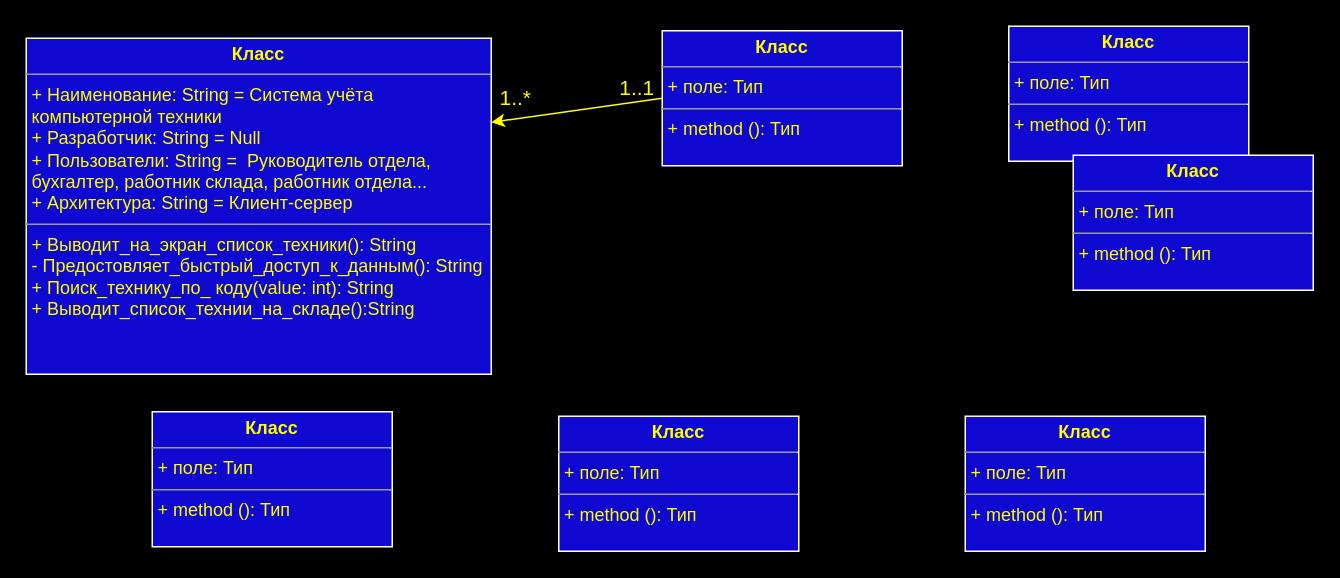
This is Lab7.drawio from Simonenko75/Simonenko75, a draw.io file, before an edit. Source tidied: cells renumbered, new cells numbered last; positions are measured from the earlier drawing's top-left corner, leaving out a move shared by most shapes. Both pictures are drawn from the tidied source at 150%, with x=0, y=0 at pixel (26, 26).
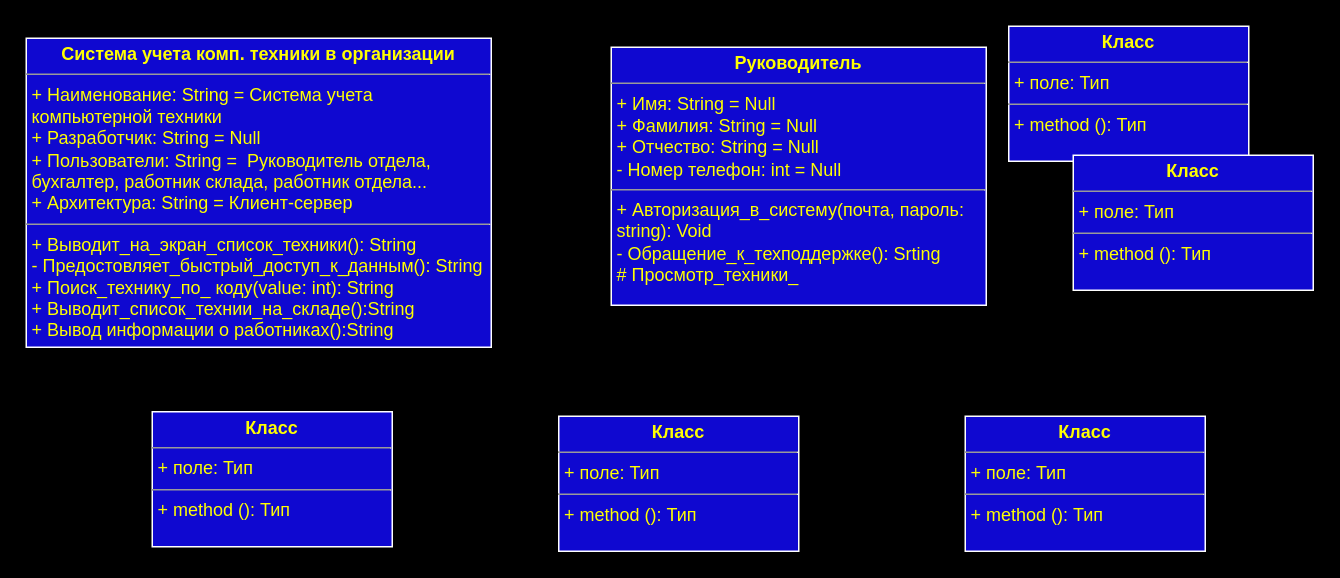
After the change.

Diff of the diagram source:
```diff
@@
 <mxGraphModel background="#000000">
   <root>
     <mxCell id="0" />
     <mxCell id="1" parent="0" />
-    <mxCell id="2" value="&lt;p style=&quot;margin: 0px ; margin-top: 4px ; text-align: center&quot;&gt;&lt;b&gt;Класс&lt;/b&gt;&lt;/p&gt;&lt;hr size=&quot;1&quot;&gt;&lt;p style=&quot;margin: 0px ; margin-left: 4px&quot;&gt;+ Наименование: String = Система учёта&amp;nbsp;&lt;/p&gt;&lt;p style=&quot;margin: 0px ; margin-left: 4px&quot;&gt;компьютерной техники&lt;/p&gt;&lt;p style=&quot;margin: 0px ; margin-left: 4px&quot;&gt;+ Разработчик: String = Null&lt;br&gt;&lt;/p&gt;&lt;p style=&quot;margin: 0px ; margin-left: 4px&quot;&gt;+ Пользователи: String =&amp;nbsp; Руководитель отдела,&amp;nbsp;&lt;/p&gt;&lt;p style=&quot;margin: 0px ; margin-left: 4px&quot;&gt;бухгалтер, работник склада, работник отдела...&lt;/p&gt;&lt;p style=&quot;margin: 0px ; margin-left: 4px&quot;&gt;+ Архитектура: String = Клиент-сервер&lt;/p&gt;&lt;hr size=&quot;1&quot;&gt;&lt;p style=&quot;margin: 0px ; margin-left: 4px&quot;&gt;+ Выводит_на_экран_список_техники(): String&lt;/p&gt;&lt;p style=&quot;margin: 0px ; margin-left: 4px&quot;&gt;- Предостовляет_быстрый_доступ_к_данным(): String&lt;/p&gt;&lt;p style=&quot;margin: 0px ; margin-left: 4px&quot;&gt;+ Поиск_технику_по_ коду(value: int): String&lt;/p&gt;&lt;p style=&quot;margin: 0px ; margin-left: 4px&quot;&gt;+ Выводит_список_технии_на_складе():String&lt;/p&gt;" style="verticalAlign=top;align=left;overflow=fill;fontSize=12;fontFamily=Helvetica;html=1;shadow=0;fillColor=#0F08D0;fontColor=#FFFF00;strokeColor=#FFFFFF;" parent="1" vertex="1">
-      <mxGeometry y="8" width="310" height="224" as="geometry" />
+    <mxCell id="2" value="&lt;p style=&quot;margin: 0px ; margin-top: 4px ; text-align: center&quot;&gt;&lt;b&gt;Система учета комп. техники в организации&lt;/b&gt;&lt;/p&gt;&lt;hr size=&quot;1&quot;&gt;&lt;p style=&quot;margin: 0px ; margin-left: 4px&quot;&gt;+ Наименование: String = Система учета&amp;nbsp;&lt;/p&gt;&lt;p style=&quot;margin: 0px ; margin-left: 4px&quot;&gt;компьютерной техники&lt;/p&gt;&lt;p style=&quot;margin: 0px ; margin-left: 4px&quot;&gt;+ Разработчик: String = Null&lt;br&gt;&lt;/p&gt;&lt;p style=&quot;margin: 0px ; margin-left: 4px&quot;&gt;+ Пользователи: String =&amp;nbsp; Руководитель отдела,&amp;nbsp;&lt;/p&gt;&lt;p style=&quot;margin: 0px ; margin-left: 4px&quot;&gt;бухгалтер, работник склада, работник отдела...&lt;/p&gt;&lt;p style=&quot;margin: 0px ; margin-left: 4px&quot;&gt;+ Архитектура: String = Клиент-сервер&lt;/p&gt;&lt;hr size=&quot;1&quot;&gt;&lt;p style=&quot;margin: 0px ; margin-left: 4px&quot;&gt;+ Выводит_на_экран_список_техники(): String&lt;/p&gt;&lt;p style=&quot;margin: 0px ; margin-left: 4px&quot;&gt;- Предостовляет_быстрый_доступ_к_данным(): String&lt;/p&gt;&lt;p style=&quot;margin: 0px ; margin-left: 4px&quot;&gt;+ Поиск_технику_по_ коду(value: int): String&lt;/p&gt;&lt;p style=&quot;margin: 0px ; margin-left: 4px&quot;&gt;+ Выводит_список_технии_на_складе():String&lt;/p&gt;&lt;p style=&quot;margin: 0px ; margin-left: 4px&quot;&gt;+ Вывод информации о работниках():String&lt;/p&gt;" style="verticalAlign=top;align=left;overflow=fill;fontSize=12;fontFamily=Helvetica;html=1;shadow=0;fillColor=#0F08D0;fontColor=#FFFF00;strokeColor=#FFFFFF;" parent="1" vertex="1">
+      <mxGeometry y="8" width="310" height="206" as="geometry" />
     </mxCell>
-    <mxCell id="3" value="&lt;p style=&quot;margin: 0px ; margin-top: 4px ; text-align: center&quot;&gt;&lt;b&gt;Класс&lt;/b&gt;&lt;/p&gt;&lt;hr size=&quot;1&quot;&gt;&lt;p style=&quot;margin: 0px ; margin-left: 4px&quot;&gt;+ поле: Тип&lt;/p&gt;&lt;hr size=&quot;1&quot;&gt;&lt;p style=&quot;margin: 0px ; margin-left: 4px&quot;&gt;+ method (): Тип&lt;/p&gt;" style="verticalAlign=top;align=left;overflow=fill;fontSize=12;fontFamily=Helvetica;html=1;shadow=0;fillColor=#0F08D0;fontColor=#FFFF00;strokeColor=#FFFFFF;" parent="1" vertex="1">
-      <mxGeometry x="424" y="3" width="160" height="90" as="geometry" />
+    <mxCell id="3" value="&lt;p style=&quot;margin: 0px ; margin-top: 4px ; text-align: center&quot;&gt;&lt;b&gt;Руководитель&lt;/b&gt;&lt;/p&gt;&lt;hr size=&quot;1&quot;&gt;&lt;p style=&quot;margin: 0px ; margin-left: 4px&quot;&gt;+ Имя: String = Null&lt;/p&gt;&lt;p style=&quot;margin: 0px ; margin-left: 4px&quot;&gt;+ Фамилия: String = Null&lt;/p&gt;&lt;p style=&quot;margin: 0px ; margin-left: 4px&quot;&gt;+ Отчество: String = Null&lt;/p&gt;&lt;p style=&quot;margin: 0px ; margin-left: 4px&quot;&gt;- Номер телефон: int = Null&lt;/p&gt;&lt;hr size=&quot;1&quot;&gt;&lt;p style=&quot;margin: 0px ; margin-left: 4px&quot;&gt;+ Авторизация_в_систему(почта, пароль:&amp;nbsp;&lt;/p&gt;&lt;p style=&quot;margin: 0px ; margin-left: 4px&quot;&gt;string): Void&lt;/p&gt;&lt;p style=&quot;margin: 0px ; margin-left: 4px&quot;&gt;- Обращение_к_техподдержке(): Srting&lt;/p&gt;&lt;p style=&quot;margin: 0px ; margin-left: 4px&quot;&gt;# Просмотр_техники_&lt;/p&gt;" style="verticalAlign=top;align=left;overflow=fill;fontSize=12;fontFamily=Helvetica;html=1;shadow=0;fillColor=#0F08D0;fontColor=#FFFF00;strokeColor=#FFFFFF;" parent="1" vertex="1">
+      <mxGeometry x="390" y="14" width="250" height="172" as="geometry" />
     </mxCell>
     <mxCell id="4" value="&lt;p style=&quot;margin: 0px ; margin-top: 4px ; text-align: center&quot;&gt;&lt;b&gt;Класс&lt;/b&gt;&lt;/p&gt;&lt;hr size=&quot;1&quot;&gt;&lt;p style=&quot;margin: 0px ; margin-left: 4px&quot;&gt;+ поле: Тип&lt;/p&gt;&lt;hr size=&quot;1&quot;&gt;&lt;p style=&quot;margin: 0px ; margin-left: 4px&quot;&gt;+ method (): Тип&lt;/p&gt;" style="verticalAlign=top;align=left;overflow=fill;fontSize=12;fontFamily=Helvetica;html=1;shadow=0;fillColor=#0F08D0;fontColor=#FFFF00;strokeColor=#FFFFFF;" parent="1" vertex="1">
       <mxGeometry x="655" width="160" height="90" as="geometry" />
     </mxCell>
     <mxCell id="5" value="&lt;p style=&quot;margin: 0px ; margin-top: 4px ; text-align: center&quot;&gt;&lt;b&gt;Класс&lt;/b&gt;&lt;/p&gt;&lt;hr size=&quot;1&quot;&gt;&lt;p style=&quot;margin: 0px ; margin-left: 4px&quot;&gt;+ поле: Тип&lt;/p&gt;&lt;hr size=&quot;1&quot;&gt;&lt;p style=&quot;margin: 0px ; margin-left: 4px&quot;&gt;+ method (): Тип&lt;/p&gt;" style="verticalAlign=top;align=left;overflow=fill;fontSize=12;fontFamily=Helvetica;html=1;shadow=0;fillColor=#0F08D0;fontColor=#FFFF00;strokeColor=#FFFFFF;" parent="1" vertex="1">
       <mxGeometry x="698" y="86" width="160" height="90" as="geometry" />
     </mxCell>
     <mxCell id="6" value="&lt;p style=&quot;margin: 0px ; margin-top: 4px ; text-align: center&quot;&gt;&lt;b&gt;Класс&lt;/b&gt;&lt;/p&gt;&lt;hr size=&quot;1&quot;&gt;&lt;p style=&quot;margin: 0px ; margin-left: 4px&quot;&gt;+ поле: Тип&lt;/p&gt;&lt;hr size=&quot;1&quot;&gt;&lt;p style=&quot;margin: 0px ; margin-left: 4px&quot;&gt;+ method (): Тип&lt;/p&gt;" style="verticalAlign=top;align=left;overflow=fill;fontSize=12;fontFamily=Helvetica;html=1;shadow=0;fillColor=#0F08D0;fontColor=#FFFF00;strokeColor=#FFFFFF;" parent="1" vertex="1">
       <mxGeometry x="626" y="260" width="160" height="90" as="geometry" />
     </mxCell>
     <mxCell id="7" value="&lt;p style=&quot;margin: 0px ; margin-top: 4px ; text-align: center&quot;&gt;&lt;b&gt;Класс&lt;/b&gt;&lt;/p&gt;&lt;hr size=&quot;1&quot;&gt;&lt;p style=&quot;margin: 0px ; margin-left: 4px&quot;&gt;+ поле: Тип&lt;/p&gt;&lt;hr size=&quot;1&quot;&gt;&lt;p style=&quot;margin: 0px ; margin-left: 4px&quot;&gt;+ method (): Тип&lt;/p&gt;" style="verticalAlign=top;align=left;overflow=fill;fontSize=12;fontFamily=Helvetica;html=1;shadow=0;fillColor=#0F08D0;fontColor=#FFFF00;strokeColor=#FFFFFF;" parent="1" vertex="1">
       <mxGeometry x="355" y="260" width="160" height="90" as="geometry" />
     </mxCell>
     <mxCell id="8" value="&lt;p style=&quot;margin: 0px ; margin-top: 4px ; text-align: center&quot;&gt;&lt;b&gt;Класс&lt;/b&gt;&lt;/p&gt;&lt;hr size=&quot;1&quot;&gt;&lt;p style=&quot;margin: 0px ; margin-left: 4px&quot;&gt;+ поле: Тип&lt;/p&gt;&lt;hr size=&quot;1&quot;&gt;&lt;p style=&quot;margin: 0px ; margin-left: 4px&quot;&gt;+ method (): Тип&lt;/p&gt;" style="verticalAlign=top;align=left;overflow=fill;fontSize=12;fontFamily=Helvetica;html=1;shadow=0;fillColor=#0F08D0;fontColor=#FFFF00;strokeColor=#FFFFFF;" parent="1" vertex="1">
       <mxGeometry x="84" y="257" width="160" height="90" as="geometry" />
     </mxCell>
-    <mxCell id="9" style="endArrow=classic;html=1;entryX=1;entryY=0.25;entryDx=0;entryDy=0;strokeColor=#FFFF00;startArrow=none;exitX=0;exitY=0.5;exitDx=0;exitDy=0;" parent="1" edge="1" source="3" target="2">
-      <mxGeometry relative="1" as="geometry" />
-    </mxCell>
-    <mxCell id="10" value="&lt;font style=&quot;font-size: 14px&quot;&gt;1..1&lt;/font&gt;" style="text;html=1;align=center;verticalAlign=middle;strokeColor=none;fontColor=#FFFF00;" parent="1" vertex="1">
-      <mxGeometry x="390" y="32" width="33" height="18" as="geometry" />
-    </mxCell>
-    <mxCell id="11" value="&lt;font style=&quot;vertical-align: inherit ; font-size: 14px&quot;&gt;1..*&lt;/font&gt;" style="text;html=1;align=center;verticalAlign=middle;strokeColor=none;fontColor=#FFFF00;" parent="1" vertex="1">
-      <mxGeometry x="310" y="39" width="31" height="18" as="geometry" />
-    </mxCell>
   </root>
 </mxGraphModel>
```
